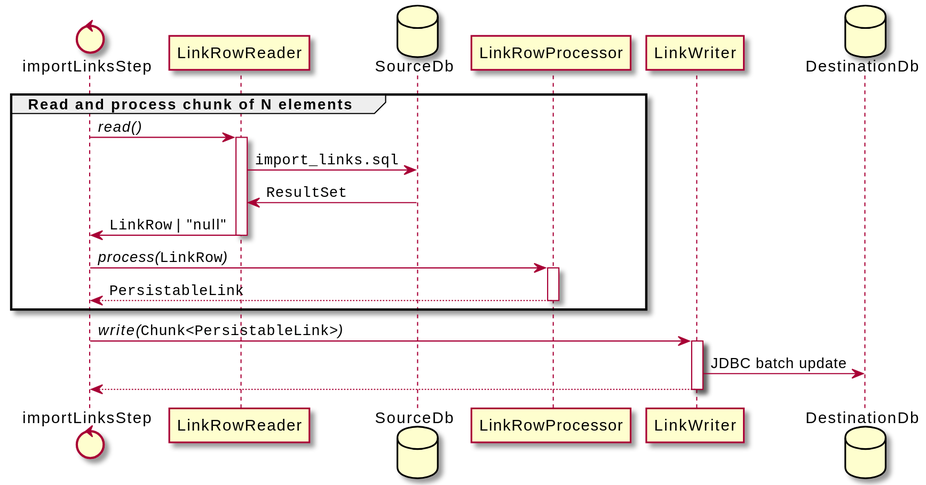
Before: images/import_links_step.svg, a diagram exported from PlantUML (HSLdevcom/jore4-jore3-importer).
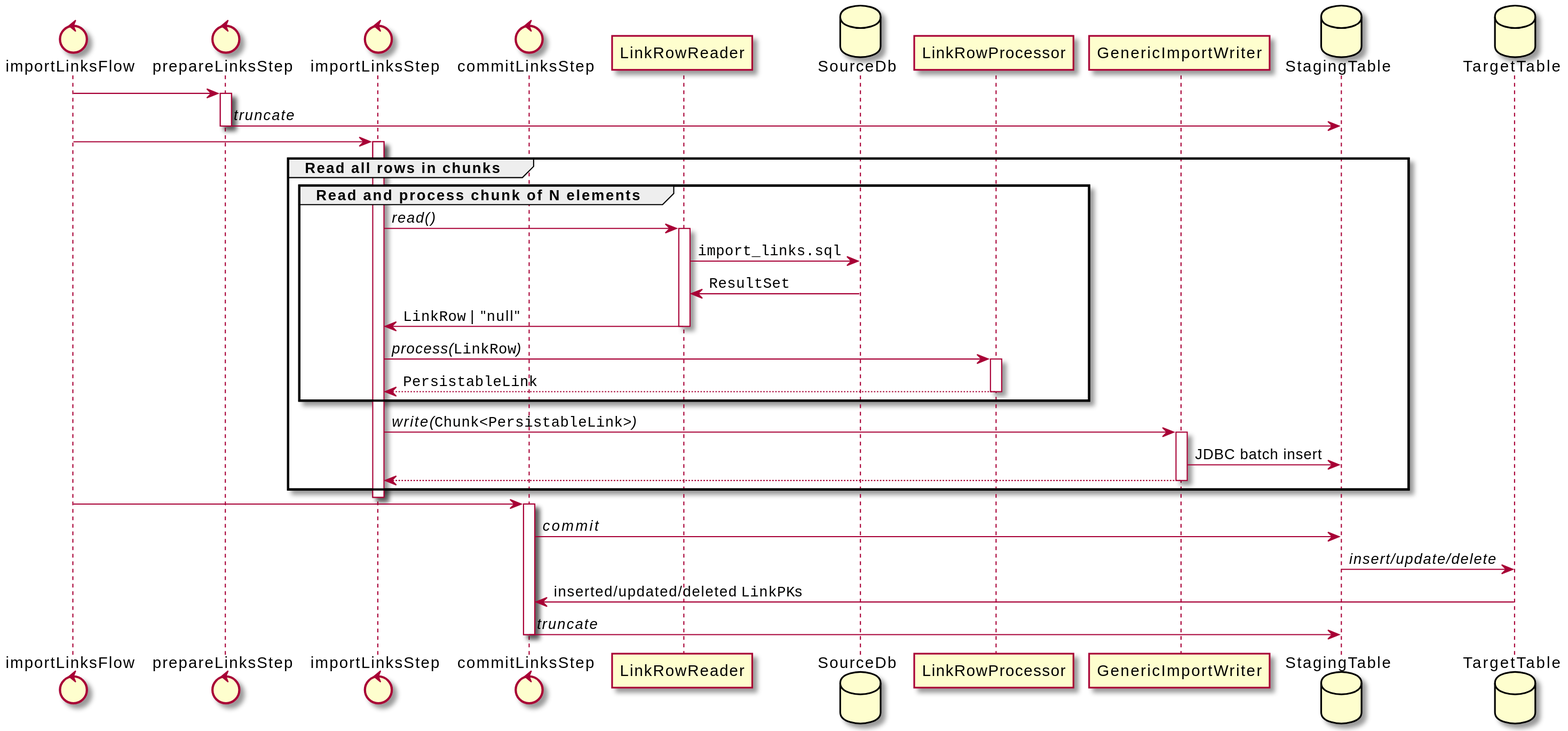
Above is the later version.

Diff of the diagram source:
```diff
@@ -1,34 +1,63 @@
 @startuml
 
-control importLinksStep as step
+control importLinksFlow as flow
+control prepareLinksStep as prepare_step
+control importLinksStep as import_step
+control commitLinksStep as commit_step
 participant LinkRowReader as reader
 database SourceDb as sdb
 participant LinkRowProcessor as processor
-participant LinkWriter as writer
-database DestinationDb as ddb
+participant GenericImportWriter as writer
+database StagingTable as staging_table
+database TargetTable as target_table
 
-group Read and process chunk of N elements
+flow -> prepare_step
+activate prepare_step
 
-    step -> reader : //read()//
-    activate reader
+prepare_step -> staging_table : //truncate//
+deactivate prepare_step
 
-    reader -> sdb : ""import_links.sql""
-    reader <- sdb : ""ResultSet""
+flow -> import_step
+activate import_step
 
-    step <- reader :""LinkRow"" | "null"
-    deactivate reader
+group Read all rows in chunks
 
-    step -> processor : //process(//""LinkRow""//)//
-    activate processor
-    step <-- processor : ""PersistableLink""
-    deactivate processor
+    group Read and process chunk of N elements
+
+        import_step -> reader : //read()//
+        activate reader
+
+        reader -> sdb : ""import_links.sql""
+        reader <- sdb : ""ResultSet""
+
+        import_step <- reader :""LinkRow"" | "null"
+        deactivate reader
+
+        import_step -> processor : //process(//""LinkRow""//)//
+        activate processor
+        import_step <-- processor : ""PersistableLink""
+        deactivate processor
+
+    end
+
+    import_step -> writer : //write(//""Chunk<PersistableLink>""//)//
+    activate writer
+    writer -> staging_table : JDBC batch insert
+    import_step <-- writer
+    deactivate writer
 
 end
 
-step -> writer : //write(//""Chunk<PersistableLink>""//)//
-activate writer
-writer -> ddb : JDBC batch update
-step <-- writer
-deactivate writer
+deactivate import_step
+
+flow -> commit_step
+activate commit_step
+
+commit_step -> staging_table : //commit//
+staging_table -> target_table : //insert/update/delete//
+commit_step <- target_table : inserted/updated/deleted ""LinkPK""s
+
+commit_step -> staging_table : //truncate//
+deactivate commit_step
 
 @enduml
```
